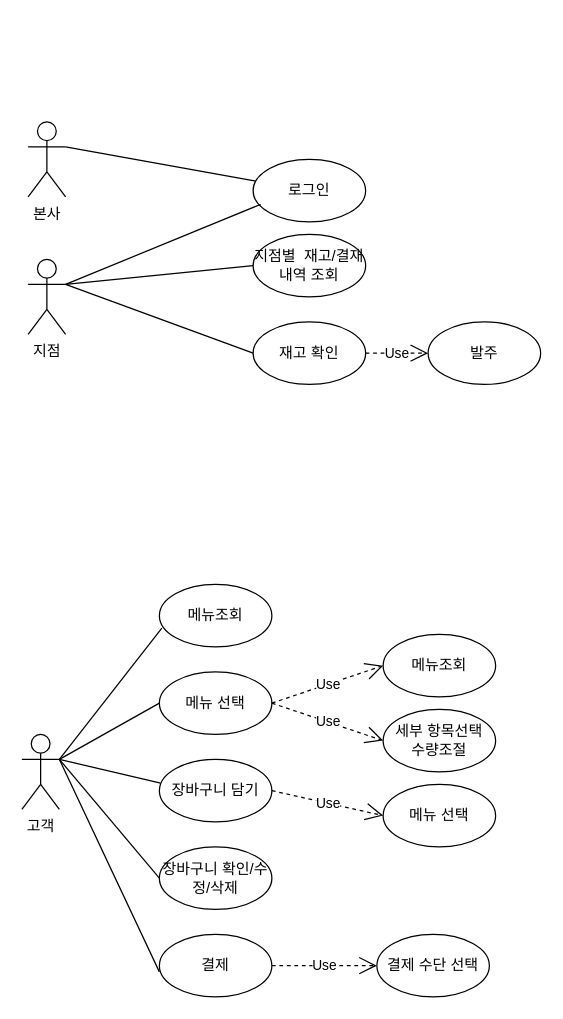
This is 제목 없는 다이어그램.drawio from soboru3426/kiosk_FE, a draw.io file, before an edit. Source tidied: cells renumbered, new cells numbered last; positions are measured from the earlier drawing's top-left corner, leaving out a move shared by most shapes. Both pictures are drawn from the tidied source at 125%, with x=0, y=0 at pixel (21, 121).
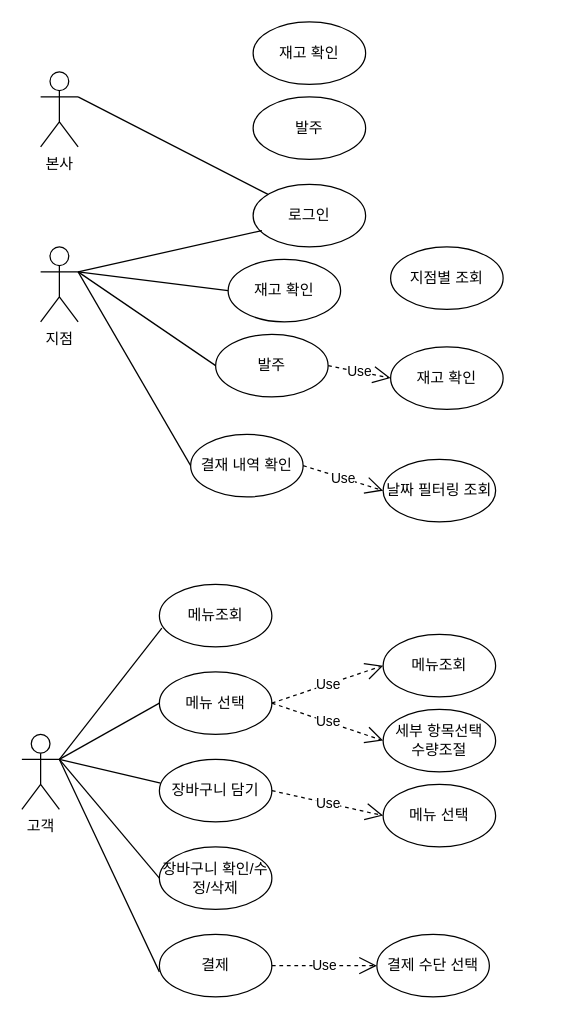
After the change.

Commit message:
kiosk유스케이스

Change to the diagram source:
```diff
@@
     <mxCell id="2" value="본사" style="shape=umlActor;verticalLabelPosition=bottom;verticalAlign=top;html=1;outlineConnect=0;" parent="1" vertex="1">
-      <mxGeometry x="5" width="30" height="60" as="geometry" />
+      <mxGeometry x="15" y="-40" width="30" height="60" as="geometry" />
     </mxCell>
     <mxCell id="3" value="지점" style="shape=umlActor;verticalLabelPosition=bottom;verticalAlign=top;html=1;outlineConnect=0;" parent="1" vertex="1">
-      <mxGeometry x="5" y="110" width="30" height="60" as="geometry" />
+      <mxGeometry x="15" y="100" width="30" height="60" as="geometry" />
     </mxCell>
@@
     <mxCell id="5" value="로그인" style="ellipse;whiteSpace=wrap;html=1;" parent="1" vertex="1">
-      <mxGeometry x="185" y="30" width="90" height="50" as="geometry" />
+      <mxGeometry x="185" y="50" width="90" height="50" as="geometry" />
     </mxCell>
@@
-    <mxCell id="7" style="endArrow=none;html=1;rounded=0;exitX=1;exitY=0.3333333333333333;exitDx=0;exitDy=0;exitPerimeter=0;entryX=0.067;entryY=0.72;entryDx=0;entryDy=0;entryPerimeter=0;" parent="1" edge="1" source="3" target="5">
-      <mxGeometry relative="1" as="geometry" />
+    <mxCell id="7" style="endArrow=none;html=1;rounded=0;entryX=0.078;entryY=0.74;entryDx=0;entryDy=0;entryPerimeter=0;" parent="1" edge="1" target="5">
+      <mxGeometry relative="1" as="geometry">
+        <mxPoint x="45" y="120" as="sourcePoint" />
+      </mxGeometry>
     </mxCell>
@@
-    <mxCell id="26" value="재고 확인" style="ellipse;whiteSpace=wrap;html=1;" parent="1" vertex="1">
-      <mxGeometry x="185" y="160" width="90" height="50" as="geometry" />
+    <mxCell id="26" value="결재 내역 확인" style="ellipse;whiteSpace=wrap;html=1;" parent="1" vertex="1">
+      <mxGeometry x="135" y="250" width="90" height="50" as="geometry" />
     </mxCell>
-    <mxCell id="27" value="발주" style="ellipse;whiteSpace=wrap;html=1;" parent="1" vertex="1">
-      <mxGeometry x="325" y="160" width="90" height="50" as="geometry" />
+    <mxCell id="27" value="재고 확인" style="ellipse;whiteSpace=wrap;html=1;" parent="1" vertex="1">
+      <mxGeometry x="295" y="180" width="90" height="50" as="geometry" />
     </mxCell>
-    <mxCell id="28" value="지점별&amp;nbsp; 재고/결재 내역 조회" style="ellipse;whiteSpace=wrap;html=1;" parent="1" vertex="1">
-      <mxGeometry x="185" y="90" width="90" height="50" as="geometry" />
-    </mxCell>
-    <mxCell id="29" value="Use" style="endArrow=open;endSize=12;dashed=1;html=1;rounded=0;entryX=0;entryY=0.5;entryDx=0;entryDy=0;exitX=1;exitY=0.5;exitDx=0;exitDy=0;" parent="1" edge="1" source="26" target="27">
+    <mxCell id="29" value="Use" style="endArrow=open;endSize=12;dashed=1;html=1;rounded=0;entryX=0;entryY=0.5;entryDx=0;entryDy=0;exitX=1;exitY=0.5;exitDx=0;exitDy=0;" parent="1" edge="1" source="32" target="27">
       <mxGeometry relative="1" as="geometry" />
     </mxCell>
-    <mxCell id="30" style="endArrow=none;html=1;rounded=0;exitX=1;exitY=0.3333333333333333;exitDx=0;exitDy=0;exitPerimeter=0;entryX=0;entryY=0.5;entryDx=0;entryDy=0;" parent="1" edge="1" source="3" target="28">
+    <mxCell id="30" style="endArrow=none;html=1;rounded=0;exitX=1;exitY=0.3333333333333333;exitDx=0;exitDy=0;exitPerimeter=0;entryX=0;entryY=0.5;entryDx=0;entryDy=0;" parent="1" edge="1" source="3" target="32">
       <mxGeometry relative="1" as="geometry" />
     </mxCell>
@@
+    <mxCell id="32" value="발주" style="ellipse;whiteSpace=wrap;html=1;" parent="1" vertex="1">
+      <mxGeometry x="155" y="170" width="90" height="50" as="geometry" />
+    </mxCell>
+    <mxCell id="33" value="지점별 조회" style="ellipse;whiteSpace=wrap;html=1;" parent="1" vertex="1">
+      <mxGeometry x="295" y="100" width="90" height="50" as="geometry" />
+    </mxCell>
+    <mxCell id="34" value="날짜 필터링 조회" style="ellipse;whiteSpace=wrap;html=1;" parent="1" vertex="1">
+      <mxGeometry x="289" y="270" width="90" height="50" as="geometry" />
+    </mxCell>
+    <mxCell id="35" value="Use" style="endArrow=open;endSize=12;dashed=1;html=1;rounded=0;entryX=0;entryY=0.5;entryDx=0;entryDy=0;exitX=1;exitY=0.5;exitDx=0;exitDy=0;" parent="1" edge="1" source="26" target="34">
+      <mxGeometry relative="1" as="geometry" />
+    </mxCell>
+    <mxCell id="36" value="발주" style="ellipse;whiteSpace=wrap;html=1;" parent="1" vertex="1">
+      <mxGeometry x="185" y="-20" width="90" height="50" as="geometry" />
+    </mxCell>
+    <mxCell id="37" value="재고 확인" style="ellipse;whiteSpace=wrap;html=1;" parent="1" vertex="1">
+      <mxGeometry x="185" y="-80" width="90" height="50" as="geometry" />
+    </mxCell>
+    <mxCell id="38" value="재고 확인" style="ellipse;whiteSpace=wrap;html=1;" parent="1" vertex="1">
+      <mxGeometry x="165" y="110" width="90" height="50" as="geometry" />
+    </mxCell>
+    <mxCell id="39" style="endArrow=none;html=1;rounded=0;exitX=1;exitY=0.3333333333333333;exitDx=0;exitDy=0;exitPerimeter=0;entryX=0;entryY=0.5;entryDx=0;entryDy=0;" parent="1" edge="1" source="3" target="38">
+      <mxGeometry relative="1" as="geometry" />
+    </mxCell>
```
